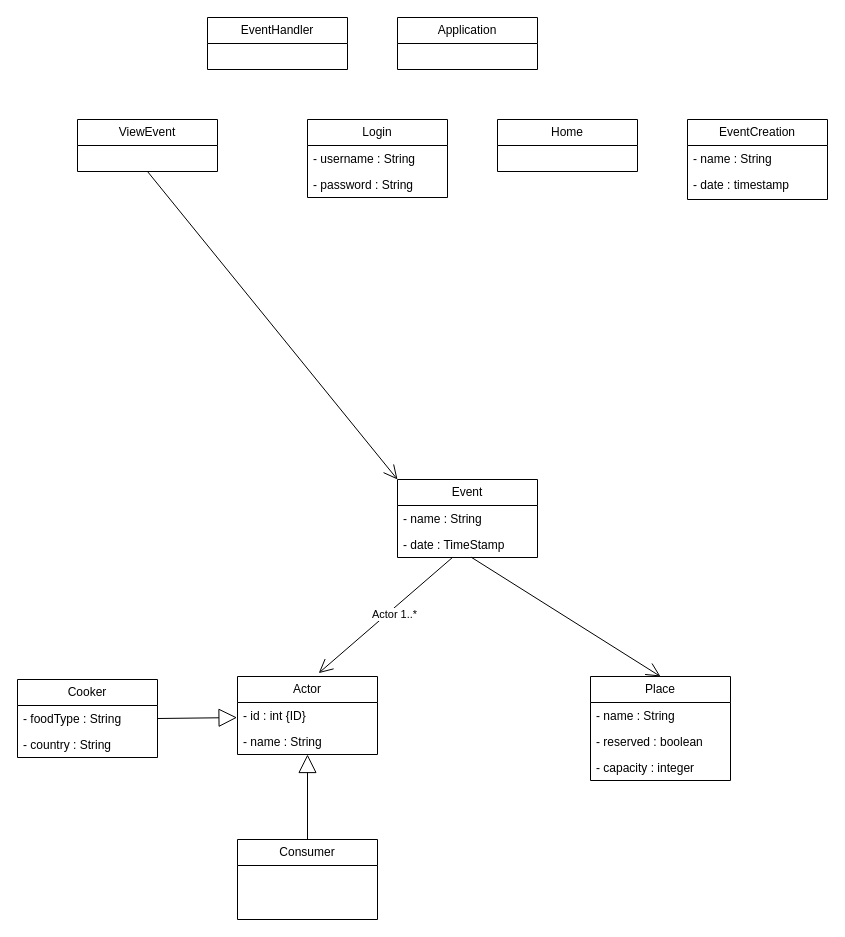
This is Conception/Diagramme de classe.drawio from CSliveR/Chief-s-Arena, a draw.io file, before an edit. Source tidied: cells renumbered, new cells numbered last; positions are measured from the earlier drawing's top-left corner, leaving out a move shared by most shapes. Both pictures are drawn from the tidied source at 100%, with x=0, y=0 at pixel (17, 17).
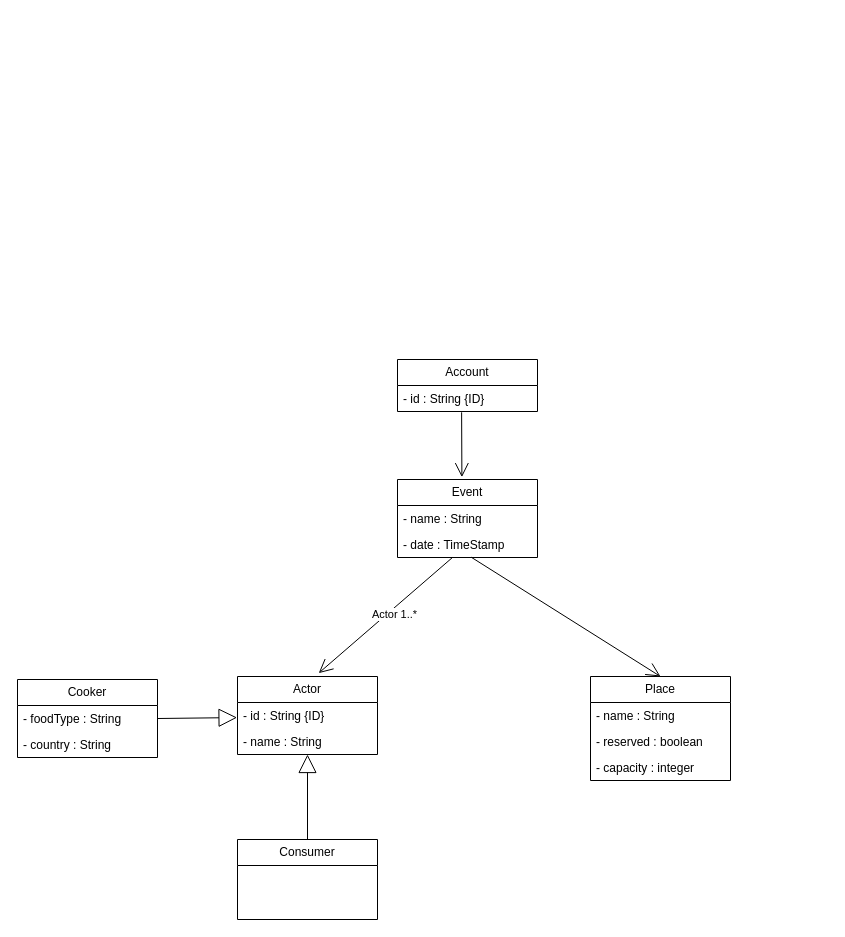
The same page after the edit.

Commit message:
Diagramme de classe : Ajout des classes de base

Unchanged cells that the change refers to:
```xml
<mxCell id="2" value="&lt;div&gt;Actor&lt;/div&gt;" style="swimlane;fontStyle=0;horizontal=1;startSize=26;fillColor=none;whiteSpace=wrap;html=1;" parent="1" vertex="1">
  <mxGeometry x="220" y="659" width="140" height="78" as="geometry" />
</mxCell>
<mxCell id="20" value="&lt;div&gt;Event&lt;/div&gt;" style="swimlane;fontStyle=0;horizontal=1;startSize=26;fillColor=none;whiteSpace=wrap;html=1;" parent="1" vertex="1">
  <mxGeometry x="380" y="462" width="140" height="78" as="geometry" />
</mxCell>
```

The edit, as a diff of the source:
```diff
@@
-    <mxCell id="3" value="- id : int {ID}" style="text;strokeColor=none;fillColor=none;align=left;verticalAlign=top;spacingLeft=4;spacingRight=4;overflow=hidden;points=[[0,0.5],[1,0.5]];portConstraint=eastwest;whiteSpace=wrap;html=1;" parent="2" vertex="1">
+    <mxCell id="3" value="- id : String {ID}" style="text;strokeColor=none;fillColor=none;align=left;verticalAlign=top;spacingLeft=4;spacingRight=4;overflow=hidden;points=[[0,0.5],[1,0.5]];portConstraint=eastwest;whiteSpace=wrap;html=1;" parent="2" vertex="1">
       <mxGeometry y="26" width="140" height="26" as="geometry" />
     </mxCell>
@@
-    <mxCell id="10" value="Login" style="swimlane;fontStyle=0;horizontal=1;startSize=26;fillColor=none;whiteSpace=wrap;html=1;" parent="1" vertex="1">
-      <mxGeometry x="290" y="102" width="140" height="78" as="geometry" />
-    </mxCell>
-    <mxCell id="11" value="- username : String" style="text;strokeColor=none;fillColor=none;align=left;verticalAlign=top;spacingLeft=4;spacingRight=4;overflow=hidden;whiteSpace=wrap;html=1;" parent="10" vertex="1">
-      <mxGeometry y="26" width="140" height="26" as="geometry" />
-    </mxCell>
-    <mxCell id="12" value="- password : String" style="text;strokeColor=none;fillColor=none;align=left;verticalAlign=top;spacingLeft=4;spacingRight=4;overflow=hidden;whiteSpace=wrap;html=1;" parent="10" vertex="1">
-      <mxGeometry y="52" width="140" height="26" as="geometry" />
-    </mxCell>
-    <mxCell id="13" value="Home" style="swimlane;fontStyle=0;horizontal=1;startSize=26;fillColor=none;whiteSpace=wrap;html=1;" parent="1" vertex="1">
-      <mxGeometry x="480" y="102" width="140" height="52" as="geometry" />
-    </mxCell>
-    <mxCell id="14" value="EventCreation" style="swimlane;fontStyle=0;horizontal=1;startSize=26;fillColor=none;whiteSpace=wrap;html=1;" parent="1" vertex="1">
-      <mxGeometry x="670" y="102" width="140" height="80" as="geometry" />
-    </mxCell>
-    <mxCell id="15" value="- name : String" style="text;strokeColor=none;fillColor=none;align=left;verticalAlign=top;spacingLeft=4;spacingRight=4;overflow=hidden;whiteSpace=wrap;html=1;" parent="14" vertex="1">
-      <mxGeometry y="26" width="140" height="26" as="geometry" />
-    </mxCell>
-    <mxCell id="16" value="&lt;div&gt;- date : timestamp&lt;/div&gt;&lt;div&gt;&lt;br&gt;&lt;/div&gt;&lt;div&gt;&lt;br&gt;&lt;/div&gt;" style="text;strokeColor=none;fillColor=none;align=left;verticalAlign=top;spacingLeft=4;spacingRight=4;overflow=hidden;whiteSpace=wrap;html=1;" parent="14" vertex="1">
-      <mxGeometry y="52" width="140" height="28" as="geometry" />
-    </mxCell>
@@
-    <mxCell id="19" value="&lt;div&gt;ViewEvent&lt;/div&gt;" style="swimlane;fontStyle=0;horizontal=1;startSize=26;fillColor=none;whiteSpace=wrap;html=1;" parent="1" vertex="1">
-      <mxGeometry x="60" y="102" width="140" height="52" as="geometry" />
-    </mxCell>
@@
-    <mxCell id="29" value="&lt;div&gt;Application&lt;/div&gt;" style="swimlane;fontStyle=0;horizontal=1;startSize=26;fillColor=none;whiteSpace=wrap;html=1;" parent="1" vertex="1">
-      <mxGeometry x="380" width="140" height="52" as="geometry" />
-    </mxCell>
-    <mxCell id="30" style="endArrow=open;endFill=1;endSize=12;html=1;rounded=0;entryX=0;entryY=0;entryDx=0;entryDy=0;exitX=0.5;exitY=1;exitDx=0;exitDy=0;" parent="1" edge="1" source="19" target="20">
-      <mxGeometry relative="1" as="geometry" />
-    </mxCell>
-    <mxCell id="31" value="EventHandler" style="swimlane;fontStyle=0;horizontal=1;startSize=26;fillColor=none;whiteSpace=wrap;html=1;" parent="1" vertex="1">
-      <mxGeometry x="190" width="140" height="52" as="geometry" />
-    </mxCell>
+    <mxCell id="32" value="&lt;div&gt;Account&lt;/div&gt;" style="swimlane;fontStyle=0;horizontal=1;startSize=26;fillColor=none;whiteSpace=wrap;html=1;" parent="1" vertex="1">
+      <mxGeometry x="380" y="342" width="140" height="52" as="geometry" />
+    </mxCell>
+    <mxCell id="33" value="- id : String {ID}" style="text;strokeColor=none;fillColor=none;align=left;verticalAlign=top;spacingLeft=4;spacingRight=4;overflow=hidden;points=[[0,0.5],[1,0.5]];portConstraint=eastwest;whiteSpace=wrap;html=1;" parent="32" vertex="1">
+      <mxGeometry y="26" width="140" height="26" as="geometry" />
+    </mxCell>
+    <mxCell id="34" style="endArrow=open;endFill=1;endSize=12;html=1;rounded=0;entryX=0.46;entryY=-0.03;entryDx=0;entryDy=0;entryPerimeter=0;exitX=0.458;exitY=1.031;exitDx=0;exitDy=0;exitPerimeter=0;" parent="1" edge="1" source="33" target="20">
+      <mxGeometry relative="1" as="geometry" />
+    </mxCell>
```
